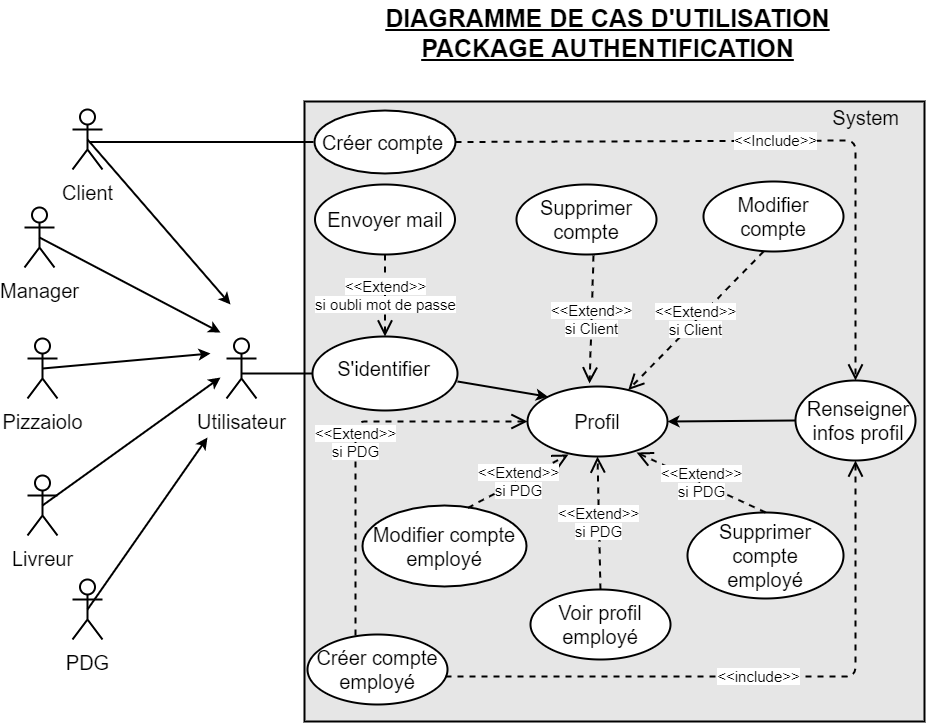
This is diagrammes/diagramme de cas d'utilisation - authentification.png from Tony380/Projet4, a draw.io export, as it was before one commit. Source tidied: cells renumbered, new cells last; positions are measured from the earlier drawing's top-left corner, leaving out a move shared by most shapes. The source it was exported from:
```xml
<mxGraphModel>
  <root>
    <mxCell id="0" />
    <mxCell id="1" parent="0" />
    <mxCell id="2" value="&lt;div&gt;&lt;span style=&quot;font-size: 20px;&quot;&gt;System&lt;/span&gt;&lt;/div&gt;" style="whiteSpace=wrap;html=1;align=right;spacingTop=0;spacingBottom=0;horizontal=1;verticalAlign=top;spacing=0;spacingLeft=0;spacingRight=25;labelBackgroundColor=none;fillColor=#E6E6E6;strokeColor=#000000;strokeWidth=2;" parent="1" vertex="1">
      <mxGeometry x="280" y="101" width="620" height="620" as="geometry" />
    </mxCell>
    <mxCell id="3" value="&lt;u&gt;&lt;b&gt;DIAGRAMME DE CAS D'UTILISATION&lt;br&gt;PACKAGE AUTHENTIFICATION&lt;br&gt;&lt;/b&gt;&lt;/u&gt;" style="text;html=1;align=center;verticalAlign=middle;fontSize=25;" parent="1" vertex="1">
      <mxGeometry x="356" width="454" height="64" as="geometry" />
    </mxCell>
    <mxCell id="4" value="&lt;font style=&quot;font-size: 20px&quot;&gt;Client&lt;/font&gt;" style="shape=umlActor;verticalLabelPosition=bottom;labelBackgroundColor=#ffffff;verticalAlign=top;html=1;outlineConnect=0;fontSize=25;align=center;strokeWidth=2;" parent="1" vertex="1">
      <mxGeometry x="48" y="109" width="30" height="60" as="geometry" />
    </mxCell>
    <mxCell id="5" value="&lt;font style=&quot;font-size: 20px&quot;&gt;Manager&lt;/font&gt;" style="shape=umlActor;verticalLabelPosition=bottom;labelBackgroundColor=#ffffff;verticalAlign=top;html=1;outlineConnect=0;fontSize=25;align=center;strokeWidth=2;" parent="1" vertex="1">
      <mxGeometry y="207" width="30" height="60" as="geometry" />
    </mxCell>
    <mxCell id="6" value="&lt;font style=&quot;font-size: 20px&quot;&gt;Pizzaiolo&lt;/font&gt;" style="shape=umlActor;verticalLabelPosition=bottom;labelBackgroundColor=#ffffff;verticalAlign=top;html=1;outlineConnect=0;fontSize=25;align=center;strokeWidth=2;" parent="1" vertex="1">
      <mxGeometry x="3" y="338" width="30" height="60" as="geometry" />
    </mxCell>
    <mxCell id="7" value="&lt;font style=&quot;font-size: 20px&quot;&gt;Livreur&lt;/font&gt;" style="shape=umlActor;verticalLabelPosition=bottom;labelBackgroundColor=#ffffff;verticalAlign=top;html=1;outlineConnect=0;fontSize=25;align=center;strokeWidth=2;" parent="1" vertex="1">
      <mxGeometry x="3" y="475" width="30" height="60" as="geometry" />
    </mxCell>
    <mxCell id="8" value="&lt;font style=&quot;font-size: 20px&quot;&gt;PDG&lt;/font&gt;" style="shape=umlActor;verticalLabelPosition=bottom;labelBackgroundColor=#ffffff;verticalAlign=top;html=1;outlineConnect=0;fontSize=25;align=center;strokeWidth=2;" parent="1" vertex="1">
      <mxGeometry x="48" y="579" width="30" height="60" as="geometry" />
    </mxCell>
    <mxCell id="9" value="&lt;font color=&quot;#000000&quot; style=&quot;font-size: 20px&quot;&gt;Utilisateur&lt;/font&gt;" style="shape=umlActor;verticalLabelPosition=bottom;labelBackgroundColor=#ffffff;verticalAlign=top;html=1;strokeColor=#000000;strokeWidth=2;fillColor=none;fontSize=25;fontColor=#B3B3B3;align=center;" parent="1" vertex="1">
      <mxGeometry x="202" y="338" width="30" height="60" as="geometry" />
    </mxCell>
    <mxCell id="10" style="endArrow=classic;html=1;strokeWidth=2;fontSize=25;fontColor=#B3B3B3;exitX=0.5;exitY=0.5;exitDx=0;exitDy=0;exitPerimeter=0;" parent="1" edge="1" source="4">
      <mxGeometry relative="1" as="geometry">
        <mxPoint x="206" y="304" as="targetPoint" />
      </mxGeometry>
    </mxCell>
    <mxCell id="11" style="endArrow=classic;html=1;strokeWidth=2;fontSize=25;fontColor=#B3B3B3;exitX=0.5;exitY=0.5;exitDx=0;exitDy=0;exitPerimeter=0;" parent="1" edge="1" source="5">
      <mxGeometry relative="1" as="geometry">
        <mxPoint x="196" y="332" as="targetPoint" />
      </mxGeometry>
    </mxCell>
    <mxCell id="12" style="endArrow=classic;html=1;strokeWidth=2;fontSize=25;fontColor=#B3B3B3;exitX=0.5;exitY=0.5;exitDx=0;exitDy=0;exitPerimeter=0;" parent="1" edge="1" source="6">
      <mxGeometry relative="1" as="geometry">
        <mxPoint x="186" y="353" as="targetPoint" />
      </mxGeometry>
    </mxCell>
    <mxCell id="13" style="endArrow=classic;html=1;strokeWidth=2;fontSize=25;fontColor=#B3B3B3;exitX=0.5;exitY=0.5;exitDx=0;exitDy=0;exitPerimeter=0;" parent="1" edge="1" source="7">
      <mxGeometry relative="1" as="geometry">
        <mxPoint x="196" y="377" as="targetPoint" />
      </mxGeometry>
    </mxCell>
    <mxCell id="14" style="endArrow=classic;html=1;strokeWidth=2;fontSize=25;fontColor=#B3B3B3;exitX=0.5;exitY=0.5;exitDx=0;exitDy=0;exitPerimeter=0;" parent="1" edge="1" source="8">
      <mxGeometry relative="1" as="geometry">
        <mxPoint x="183" y="437" as="targetPoint" />
      </mxGeometry>
    </mxCell>
    <mxCell id="15" style="ellipse;whiteSpace=wrap;html=1;labelBackgroundColor=none;strokeColor=#000000;strokeWidth=2;fillColor=#ffffff;fontSize=25;fontColor=#B3B3B3;align=right;" parent="1" vertex="1">
      <mxGeometry x="290" y="110" width="141" height="63" as="geometry" />
    </mxCell>
    <mxCell id="16" value="&lt;font style=&quot;font-size: 20px&quot;&gt;Créer compte&lt;/font&gt;" style="text;html=1;strokeColor=none;fillColor=none;align=center;verticalAlign=middle;whiteSpace=wrap;rounded=0;labelBackgroundColor=none;fontSize=15;fontColor=#000000;spacingTop=0;spacing=2;" parent="1" vertex="1">
      <mxGeometry x="294" y="137.5" width="129" height="8" as="geometry" />
    </mxCell>
    <mxCell id="17" style="ellipse;whiteSpace=wrap;html=1;labelBackgroundColor=none;strokeColor=#000000;strokeWidth=2;fillColor=#ffffff;fontSize=15;fontColor=#000000;align=right;" parent="1" vertex="1">
      <mxGeometry x="288" y="336" width="145" height="74" as="geometry" />
    </mxCell>
    <mxCell id="18" value="&lt;font style=&quot;font-size: 20px&quot;&gt;S'identifier&lt;/font&gt;" style="text;html=1;align=center;verticalAlign=middle;fontSize=15;fontColor=#000000;" parent="1" vertex="1">
      <mxGeometry x="307" y="356" width="103" height="24" as="geometry" />
    </mxCell>
    <mxCell id="19" style="ellipse;whiteSpace=wrap;html=1;labelBackgroundColor=none;strokeColor=#000000;strokeWidth=2;fillColor=#ffffff;fontSize=15;fontColor=#000000;align=right;" parent="1" vertex="1">
      <mxGeometry x="771" y="380" width="120" height="80" as="geometry" />
    </mxCell>
    <mxCell id="20" value="&lt;font style=&quot;font-size: 20px&quot;&gt;Renseigner&lt;br&gt;infos profil&lt;/font&gt;" style="text;html=1;strokeColor=none;fillColor=none;align=center;verticalAlign=middle;whiteSpace=wrap;rounded=0;labelBackgroundColor=none;fontSize=15;fontColor=#000000;" parent="1" vertex="1">
      <mxGeometry x="814" y="410" width="40" height="20" as="geometry" />
    </mxCell>
    <mxCell id="21" value="&amp;lt;&amp;lt;Include&amp;gt;&amp;gt;" style="endArrow=open;endSize=12;dashed=1;html=1;strokeWidth=2;fontSize=15;fontColor=#000000;entryX=0.5;entryY=0;entryDx=0;entryDy=0;exitX=1;exitY=0.5;exitDx=0;exitDy=0;" parent="1" edge="1" source="15" target="19">
      <mxGeometry relative="1" as="geometry">
        <Array as="points">
          <mxPoint x="831" y="140" />
        </Array>
      </mxGeometry>
    </mxCell>
    <mxCell id="22" value="&lt;font style=&quot;font-size: 20px&quot;&gt;Créer compte&lt;br&gt;employé&lt;/font&gt;" style="ellipse;whiteSpace=wrap;html=1;labelBackgroundColor=none;strokeColor=#000000;strokeWidth=2;fillColor=#ffffff;fontSize=15;fontColor=#000000;align=center;" parent="1" vertex="1">
      <mxGeometry x="283" y="634" width="140" height="70" as="geometry" />
    </mxCell>
    <mxCell id="23" value="&lt;span style=&quot;background-color: rgb(255 , 255 , 255)&quot;&gt;&amp;lt;&amp;lt;include&amp;gt;&amp;gt;&lt;/span&gt;" style="endArrow=open;endSize=12;dashed=1;html=1;labelBackgroundColor=none;strokeWidth=2;fontSize=15;fontColor=#000000;entryX=0.5;entryY=1;entryDx=0;entryDy=0;exitX=0.986;exitY=0.6;exitDx=0;exitDy=0;exitPerimeter=0;" parent="1" edge="1" source="22" target="19">
      <mxGeometry relative="1" as="geometry">
        <Array as="points">
          <mxPoint x="831" y="676" />
        </Array>
      </mxGeometry>
    </mxCell>
    <mxCell id="24" value="&lt;font style=&quot;font-size: 20px&quot;&gt;Profil&lt;/font&gt;" style="ellipse;whiteSpace=wrap;html=1;labelBackgroundColor=none;strokeColor=#000000;strokeWidth=2;fillColor=#ffffff;fontSize=15;fontColor=#000000;align=center;" parent="1" vertex="1">
      <mxGeometry x="503" y="386" width="140" height="70" as="geometry" />
    </mxCell>
    <mxCell id="25" style="endArrow=classic;html=1;labelBackgroundColor=none;strokeWidth=2;fontSize=15;fontColor=#000000;exitX=0;exitY=0.5;exitDx=0;exitDy=0;entryX=1;entryY=0.5;entryDx=0;entryDy=0;" parent="1" edge="1" source="19" target="24">
      <mxGeometry relative="1" as="geometry" />
    </mxCell>
    <mxCell id="26" style="endArrow=classic;html=1;labelBackgroundColor=none;strokeWidth=2;fontSize=15;fontColor=#000000;exitX=1;exitY=0.608;exitDx=0;exitDy=0;exitPerimeter=0;entryX=0;entryY=0;entryDx=0;entryDy=0;" parent="1" edge="1" source="17" target="24">
      <mxGeometry relative="1" as="geometry" />
    </mxCell>
    <mxCell id="27" value="&lt;font style=&quot;font-size: 20px&quot;&gt;Supprimer compte&lt;/font&gt;" style="ellipse;whiteSpace=wrap;html=1;labelBackgroundColor=none;strokeColor=#000000;strokeWidth=2;fillColor=#ffffff;fontSize=15;fontColor=#000000;align=center;" parent="1" vertex="1">
      <mxGeometry x="492" y="184" width="140" height="70" as="geometry" />
    </mxCell>
    <mxCell id="28" value="&lt;font style=&quot;font-size: 20px&quot;&gt;Modifier compte&lt;/font&gt;" style="ellipse;whiteSpace=wrap;html=1;labelBackgroundColor=none;strokeColor=#000000;strokeWidth=2;fillColor=#ffffff;fontSize=15;fontColor=#000000;align=center;" parent="1" vertex="1">
      <mxGeometry x="679" y="181" width="140" height="70" as="geometry" />
    </mxCell>
    <mxCell id="29" value="&lt;span style=&quot;background-color: rgb(255 , 255 , 255)&quot;&gt;&amp;lt;&amp;lt;Extend&amp;gt;&amp;gt;&lt;br&gt;si Client&lt;br&gt;&lt;/span&gt;" style="endArrow=open;endSize=12;dashed=1;html=1;labelBackgroundColor=none;strokeWidth=2;fontSize=15;fontColor=#000000;exitX=0.55;exitY=1.014;exitDx=0;exitDy=0;exitPerimeter=0;entryX=0.443;entryY=-0.043;entryDx=0;entryDy=0;entryPerimeter=0;" parent="1" edge="1" source="27" target="24">
      <mxGeometry relative="1" as="geometry" />
    </mxCell>
    <mxCell id="30" value="&lt;span style=&quot;background-color: rgb(255 , 255 , 255)&quot;&gt;&amp;lt;&amp;lt;Extend&amp;gt;&amp;gt;&lt;br&gt;si Client&lt;/span&gt;" style="endArrow=open;endSize=12;dashed=1;html=1;labelBackgroundColor=none;strokeWidth=2;fontSize=15;fontColor=#000000;exitX=0.429;exitY=1;exitDx=0;exitDy=0;exitPerimeter=0;" parent="1" edge="1" source="28" target="24">
      <mxGeometry relative="1" as="geometry" />
    </mxCell>
    <mxCell id="31" value="&lt;span style=&quot;background-color: rgb(255 , 255 , 255)&quot;&gt;&amp;lt;&amp;lt;Extend&amp;gt;&amp;gt;&lt;br&gt;si PDG&lt;/span&gt;" style="endArrow=open;endSize=12;dashed=1;html=1;labelBackgroundColor=none;strokeWidth=2;fontSize=15;fontColor=#000000;exitX=0.343;exitY=0.014;exitDx=0;exitDy=0;exitPerimeter=0;entryX=0;entryY=0.5;entryDx=0;entryDy=0;" parent="1" edge="1" source="22" target="24">
      <mxGeometry relative="1" as="geometry">
        <Array as="points">
          <mxPoint x="331" y="421" />
        </Array>
      </mxGeometry>
    </mxCell>
    <mxCell id="32" value="&lt;font style=&quot;font-size: 20px&quot;&gt;Modifier compte&lt;br&gt;employé&lt;/font&gt;" style="ellipse;whiteSpace=wrap;html=1;labelBackgroundColor=none;strokeColor=#000000;strokeWidth=2;fillColor=#ffffff;fontSize=15;fontColor=#000000;align=center;" parent="1" vertex="1">
      <mxGeometry x="338" y="505" width="164" height="81" as="geometry" />
    </mxCell>
    <mxCell id="33" value="&lt;font style=&quot;font-size: 20px&quot;&gt;Supprimer compte&lt;br&gt;employé&lt;/font&gt;" style="ellipse;whiteSpace=wrap;html=1;labelBackgroundColor=none;strokeColor=#000000;strokeWidth=2;fillColor=#ffffff;fontSize=15;fontColor=#000000;align=center;" parent="1" vertex="1">
      <mxGeometry x="663" y="512" width="156" height="86" as="geometry" />
    </mxCell>
    <mxCell id="34" value="&lt;span style=&quot;background-color: rgb(255 , 255 , 255)&quot;&gt;&amp;lt;&amp;lt;Extend&amp;gt;&amp;gt;&lt;br&gt;si PDG&lt;/span&gt;" style="endArrow=open;endSize=12;dashed=1;html=1;labelBackgroundColor=none;strokeWidth=2;fontSize=15;fontColor=#000000;entryX=0.293;entryY=0.971;entryDx=0;entryDy=0;exitX=0.643;exitY=0.029;exitDx=0;exitDy=0;exitPerimeter=0;entryPerimeter=0;" parent="1" edge="1" source="32" target="24">
      <mxGeometry relative="1" as="geometry" />
    </mxCell>
    <mxCell id="35" value="&lt;span style=&quot;background-color: rgb(255 , 255 , 255)&quot;&gt;&amp;lt;&amp;lt;Extend&amp;gt;&amp;gt;&lt;br&gt;si PDG&lt;br&gt;&lt;/span&gt;" style="endArrow=open;endSize=12;dashed=1;html=1;labelBackgroundColor=none;strokeWidth=2;fontSize=15;fontColor=#000000;exitX=0.5;exitY=0;exitDx=0;exitDy=0;entryX=0.779;entryY=0.943;entryDx=0;entryDy=0;entryPerimeter=0;" parent="1" edge="1" source="33" target="24">
      <mxGeometry relative="1" as="geometry" />
    </mxCell>
    <mxCell id="36" value="&lt;font style=&quot;font-size: 20px&quot;&gt;Envoyer mail&lt;/font&gt;" style="ellipse;whiteSpace=wrap;html=1;labelBackgroundColor=none;strokeColor=#000000;strokeWidth=2;fillColor=#ffffff;fontSize=15;fontColor=#000000;align=center;" parent="1" vertex="1">
      <mxGeometry x="290.5" y="184" width="140" height="70" as="geometry" />
    </mxCell>
    <mxCell id="37" value="&lt;span style=&quot;background-color: rgb(255 , 255 , 255)&quot;&gt;&amp;lt;&amp;lt;Extend&amp;gt;&amp;gt;&lt;br&gt;si oubli mot de passe&lt;br&gt;&lt;/span&gt;" style="endArrow=open;endSize=12;dashed=1;html=1;labelBackgroundColor=none;strokeWidth=2;fontSize=15;fontColor=#000000;exitX=0.5;exitY=1;exitDx=0;exitDy=0;entryX=0.5;entryY=0;entryDx=0;entryDy=0;" parent="1" edge="1" source="36" target="17">
      <mxGeometry relative="1" as="geometry" />
    </mxCell>
    <mxCell id="38" style="line;strokeWidth=2;fillColor=none;align=left;verticalAlign=middle;spacingTop=-1;spacingLeft=3;spacingRight=3;labelPosition=right;labelBackgroundColor=none;fontSize=15;fontColor=#000000;" parent="1" vertex="1">
      <mxGeometry x="217" y="369" width="71" height="8" as="geometry" />
    </mxCell>
    <mxCell id="39" style="line;strokeWidth=2;fillColor=none;align=left;verticalAlign=middle;spacingTop=-1;spacingLeft=3;spacingRight=3;labelPosition=right;labelBackgroundColor=none;fontSize=15;fontColor=#000000;" parent="1" vertex="1">
      <mxGeometry x="65" y="141" width="224" height="1" as="geometry" />
    </mxCell>
    <mxCell id="40" value="&lt;font style=&quot;font-size: 20px&quot;&gt;Voir profil&lt;br&gt;employé&lt;/font&gt;" style="ellipse;whiteSpace=wrap;html=1;labelBackgroundColor=none;strokeColor=#000000;strokeWidth=2;fillColor=#ffffff;fontSize=15;fontColor=#000000;align=center;" parent="1" vertex="1">
      <mxGeometry x="506" y="589" width="140" height="70" as="geometry" />
    </mxCell>
    <mxCell id="41" value="&lt;span style=&quot;background-color: rgb(255 , 255 , 255)&quot;&gt;&amp;lt;&amp;lt;Extend&amp;gt;&amp;gt;&lt;br&gt;si PDG&lt;/span&gt;" style="endArrow=open;endSize=12;dashed=1;html=1;labelBackgroundColor=none;strokeWidth=2;fontSize=15;fontColor=#000000;exitX=0.5;exitY=0;exitDx=0;exitDy=0;entryX=0.5;entryY=1;entryDx=0;entryDy=0;" parent="1" edge="1" source="40" target="24">
      <mxGeometry relative="1" as="geometry" />
    </mxCell>
  </root>
</mxGraphModel>
```
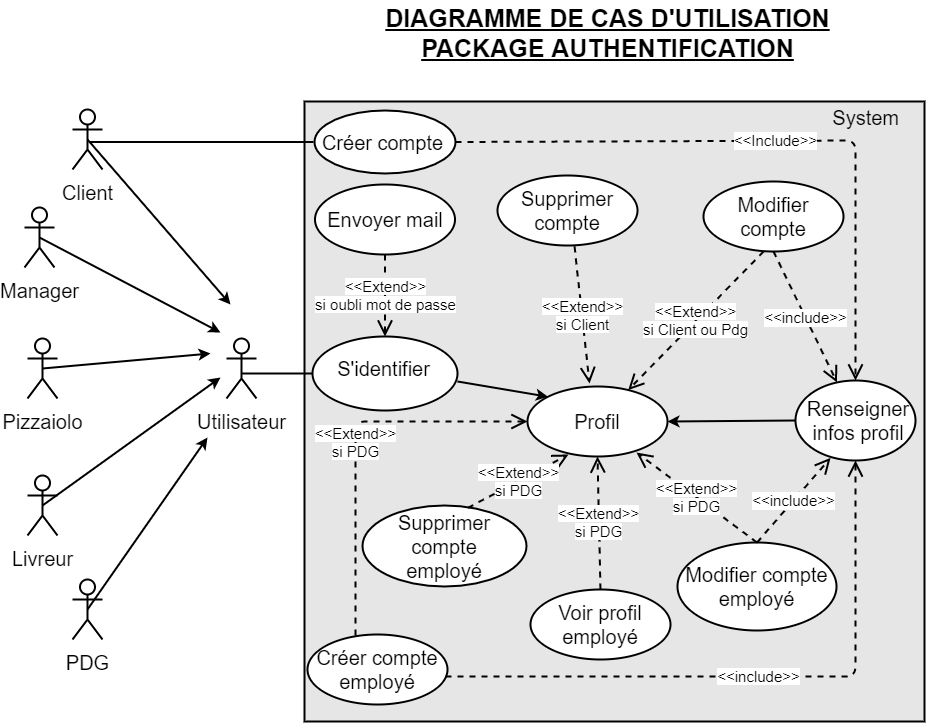
The same file after the commit.

The edit, as a diff of the source:
```diff
@@ -96,7 +96,7 @@
       <mxGeometry relative="1" as="geometry" />
     </mxCell>
     <mxCell id="27" value="&lt;font style=&quot;font-size: 20px&quot;&gt;Supprimer compte&lt;/font&gt;" style="ellipse;whiteSpace=wrap;html=1;labelBackgroundColor=none;strokeColor=#000000;strokeWidth=2;fillColor=#ffffff;fontSize=15;fontColor=#000000;align=center;" parent="1" vertex="1">
-      <mxGeometry x="492" y="184" width="140" height="70" as="geometry" />
+      <mxGeometry x="473" y="175" width="140" height="70" as="geometry" />
     </mxCell>
     <mxCell id="28" value="&lt;font style=&quot;font-size: 20px&quot;&gt;Modifier compte&lt;/font&gt;" style="ellipse;whiteSpace=wrap;html=1;labelBackgroundColor=none;strokeColor=#000000;strokeWidth=2;fillColor=#ffffff;fontSize=15;fontColor=#000000;align=center;" parent="1" vertex="1">
       <mxGeometry x="679" y="181" width="140" height="70" as="geometry" />
@@ -104,7 +104,7 @@
     <mxCell id="29" value="&lt;span style=&quot;background-color: rgb(255 , 255 , 255)&quot;&gt;&amp;lt;&amp;lt;Extend&amp;gt;&amp;gt;&lt;br&gt;si Client&lt;br&gt;&lt;/span&gt;" style="endArrow=open;endSize=12;dashed=1;html=1;labelBackgroundColor=none;strokeWidth=2;fontSize=15;fontColor=#000000;exitX=0.55;exitY=1.014;exitDx=0;exitDy=0;exitPerimeter=0;entryX=0.443;entryY=-0.043;entryDx=0;entryDy=0;entryPerimeter=0;" parent="1" edge="1" source="27" target="24">
       <mxGeometry relative="1" as="geometry" />
     </mxCell>
-    <mxCell id="30" value="&lt;span style=&quot;background-color: rgb(255 , 255 , 255)&quot;&gt;&amp;lt;&amp;lt;Extend&amp;gt;&amp;gt;&lt;br&gt;si Client&lt;/span&gt;" style="endArrow=open;endSize=12;dashed=1;html=1;labelBackgroundColor=none;strokeWidth=2;fontSize=15;fontColor=#000000;exitX=0.429;exitY=1;exitDx=0;exitDy=0;exitPerimeter=0;" parent="1" edge="1" source="28" target="24">
+    <mxCell id="30" value="&lt;span style=&quot;background-color: rgb(255 , 255 , 255)&quot;&gt;&amp;lt;&amp;lt;Extend&amp;gt;&amp;gt;&lt;br&gt;si Client ou Pdg&lt;/span&gt;" style="endArrow=open;endSize=12;dashed=1;html=1;labelBackgroundColor=none;strokeWidth=2;fontSize=15;fontColor=#000000;exitX=0.429;exitY=1;exitDx=0;exitDy=0;exitPerimeter=0;" parent="1" edge="1" source="28" target="24">
       <mxGeometry relative="1" as="geometry" />
     </mxCell>
     <mxCell id="31" value="&lt;span style=&quot;background-color: rgb(255 , 255 , 255)&quot;&gt;&amp;lt;&amp;lt;Extend&amp;gt;&amp;gt;&lt;br&gt;si PDG&lt;/span&gt;" style="endArrow=open;endSize=12;dashed=1;html=1;labelBackgroundColor=none;strokeWidth=2;fontSize=15;fontColor=#000000;exitX=0.343;exitY=0.014;exitDx=0;exitDy=0;exitPerimeter=0;entryX=0;entryY=0.5;entryDx=0;entryDy=0;" parent="1" edge="1" source="22" target="24">
@@ -114,11 +114,11 @@
         </Array>
       </mxGeometry>
     </mxCell>
-    <mxCell id="32" value="&lt;font style=&quot;font-size: 20px&quot;&gt;Modifier compte&lt;br&gt;employé&lt;/font&gt;" style="ellipse;whiteSpace=wrap;html=1;labelBackgroundColor=none;strokeColor=#000000;strokeWidth=2;fillColor=#ffffff;fontSize=15;fontColor=#000000;align=center;" parent="1" vertex="1">
+    <mxCell id="32" value="&lt;font style=&quot;font-size: 20px&quot;&gt;Supprimer compte&lt;br&gt;employé&lt;/font&gt;" style="ellipse;whiteSpace=wrap;html=1;labelBackgroundColor=none;strokeColor=#000000;strokeWidth=2;fillColor=#ffffff;fontSize=15;fontColor=#000000;align=center;" parent="1" vertex="1">
       <mxGeometry x="338" y="505" width="164" height="81" as="geometry" />
     </mxCell>
-    <mxCell id="33" value="&lt;font style=&quot;font-size: 20px&quot;&gt;Supprimer compte&lt;br&gt;employé&lt;/font&gt;" style="ellipse;whiteSpace=wrap;html=1;labelBackgroundColor=none;strokeColor=#000000;strokeWidth=2;fillColor=#ffffff;fontSize=15;fontColor=#000000;align=center;" parent="1" vertex="1">
-      <mxGeometry x="663" y="512" width="156" height="86" as="geometry" />
+    <mxCell id="33" value="&lt;font style=&quot;font-size: 20px&quot;&gt;Modifier compte&lt;br&gt;employé&lt;/font&gt;" style="ellipse;whiteSpace=wrap;html=1;labelBackgroundColor=none;strokeColor=#000000;strokeWidth=2;fillColor=#ffffff;fontSize=15;fontColor=#000000;align=center;" parent="1" vertex="1">
+      <mxGeometry x="653" y="542" width="159" height="88" as="geometry" />
     </mxCell>
     <mxCell id="34" value="&lt;span style=&quot;background-color: rgb(255 , 255 , 255)&quot;&gt;&amp;lt;&amp;lt;Extend&amp;gt;&amp;gt;&lt;br&gt;si PDG&lt;/span&gt;" style="endArrow=open;endSize=12;dashed=1;html=1;labelBackgroundColor=none;strokeWidth=2;fontSize=15;fontColor=#000000;entryX=0.293;entryY=0.971;entryDx=0;entryDy=0;exitX=0.643;exitY=0.029;exitDx=0;exitDy=0;exitPerimeter=0;entryPerimeter=0;" parent="1" edge="1" source="32" target="24">
       <mxGeometry relative="1" as="geometry" />
@@ -144,5 +144,11 @@
     <mxCell id="41" value="&lt;span style=&quot;background-color: rgb(255 , 255 , 255)&quot;&gt;&amp;lt;&amp;lt;Extend&amp;gt;&amp;gt;&lt;br&gt;si PDG&lt;/span&gt;" style="endArrow=open;endSize=12;dashed=1;html=1;labelBackgroundColor=none;strokeWidth=2;fontSize=15;fontColor=#000000;exitX=0.5;exitY=0;exitDx=0;exitDy=0;entryX=0.5;entryY=1;entryDx=0;entryDy=0;" parent="1" edge="1" source="40" target="24">
       <mxGeometry relative="1" as="geometry" />
     </mxCell>
+    <mxCell id="42" value="&lt;font style=&quot;font-size: 15px&quot;&gt;&amp;lt;&amp;lt;include&amp;gt;&amp;gt;&lt;/font&gt;" style="endArrow=open;endSize=12;dashed=1;html=1;exitX=0.5;exitY=1;exitDx=0;exitDy=0;strokeWidth=2;" parent="1" edge="1" source="28" target="19">
+      <mxGeometry relative="1" as="geometry" />
+    </mxCell>
+    <mxCell id="43" value="&lt;font style=&quot;font-size: 15px&quot;&gt;&amp;lt;&amp;lt;include&amp;gt;&amp;gt;&lt;/font&gt;" style="endArrow=open;endSize=12;dashed=1;html=1;exitX=0.5;exitY=0;exitDx=0;exitDy=0;entryX=0.292;entryY=0.967;entryDx=0;entryDy=0;strokeWidth=2;entryPerimeter=0;" parent="1" edge="1" source="33" target="19">
+      <mxGeometry relative="1" as="geometry" />
+    </mxCell>
   </root>
 </mxGraphModel>
```
